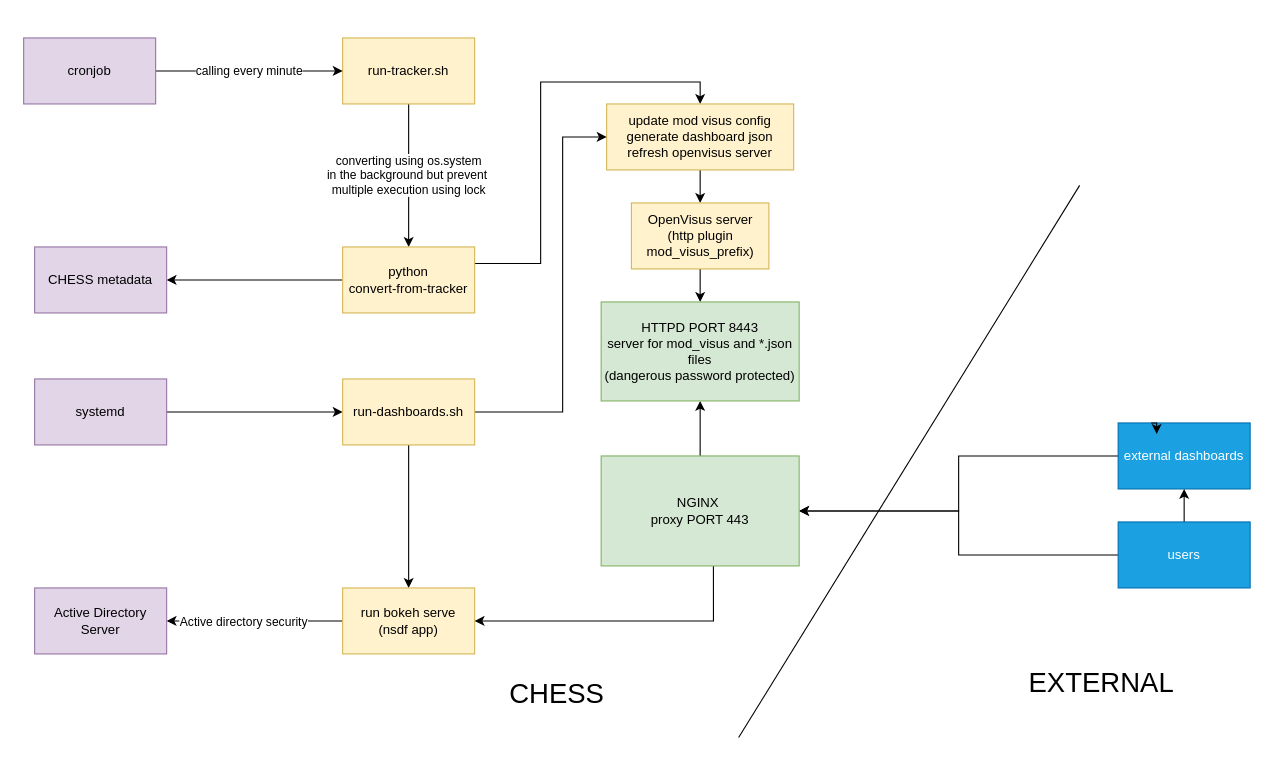
sci-visus/openvisuspy keeps this draw.io diagram as examples/chess/chess-diagram.drawio. Above is the earlier version. Source tidied: cells renumbered, new cells numbered last; positions are measured from the earlier drawing's top-left corner, leaving out a move shared by most shapes. Both pictures are drawn from the tidied source at 110%, with x=0, y=0 at pixel (23, 37). Pictures stored in the file or linked from it are replaced by grey dashed boxes.
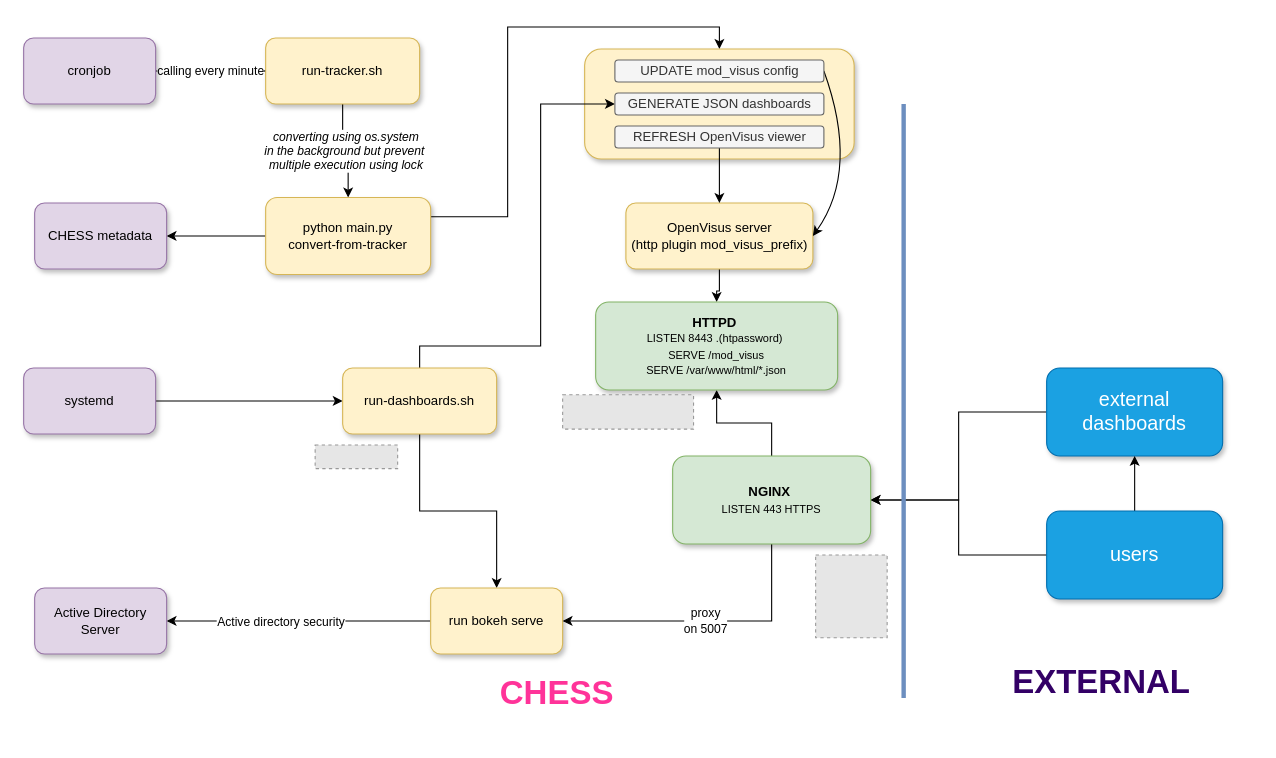
The same diagram, later.

Commit message (it also covers changes not shown here):
fixing nginx reverse proxy

What changed in the source:
```diff
@@
-    <mxCell id="2" value="converting using&amp;nbsp;os.system&lt;br&gt;in the background but prevent&amp;nbsp;&lt;br&gt;multiple execution using lock" style="edgeStyle=orthogonalEdgeStyle;rounded=0;jettySize=auto;html=1;entryX=0.5;entryY=0;entryDx=0;entryDy=0;" parent="1" edge="1" source="3" target="8">
+    <mxCell id="2" value="converting using&amp;nbsp;os.system&lt;br&gt;in the background but prevent&amp;nbsp;&lt;br&gt;multiple execution using lock" style="edgeStyle=orthogonalEdgeStyle;rounded=0;jettySize=auto;html=1;entryX=0.5;entryY=0;entryDx=0;entryDy=0;fontStyle=2;" parent="1" edge="1" source="3" target="8">
       <mxGeometry relative="1" as="geometry" />
     </mxCell>
-    <mxCell id="3" value="run-tracker.sh" style="rounded=0;whiteSpace=wrap;html=1;fillColor=#fff2cc;strokeColor=#d6b656;" parent="1" vertex="1">
-      <mxGeometry x="290" width="120" height="60" as="geometry" />
+    <mxCell id="3" value="&lt;span style=&quot;font-size: 12px;&quot;&gt;&lt;font style=&quot;font-size: 12px;&quot;&gt;run-tracker.sh&lt;/font&gt;&lt;/span&gt;" style="rounded=1;whiteSpace=wrap;html=1;fillColor=#fff2cc;strokeColor=#d6b656;shadow=1;fontStyle=0;fontSize=12;" parent="1" vertex="1">
+      <mxGeometry x="220" width="140" height="60" as="geometry" />
     </mxCell>
@@
-    <mxCell id="5" value="cronjob" style="rounded=0;whiteSpace=wrap;html=1;fillColor=#e1d5e7;strokeColor=#9673a6;" parent="1" vertex="1">
+    <mxCell id="5" value="cronjob" style="rounded=1;whiteSpace=wrap;html=1;fillColor=#e1d5e7;strokeColor=#9673a6;shadow=1;" parent="1" vertex="1">
       <mxGeometry width="120" height="60" as="geometry" />
     </mxCell>
@@
-    <mxCell id="8" value="python &lt;br&gt;convert-from-tracker" style="rounded=0;whiteSpace=wrap;html=1;fillColor=#fff2cc;strokeColor=#d6b656;" parent="1" vertex="1">
-      <mxGeometry x="290" y="190" width="120" height="60" as="geometry" />
+    <mxCell id="8" value="&lt;span style=&quot;font-size: 12px;&quot;&gt;python main.py&lt;br style=&quot;font-size: 12px;&quot;&gt;convert-from-tracker&lt;/span&gt;" style="rounded=1;whiteSpace=wrap;html=1;fillColor=#fff2cc;strokeColor=#d6b656;shadow=1;fontStyle=0;fontSize=12;" parent="1" vertex="1">
+      <mxGeometry x="220" y="145" width="150" height="70" as="geometry" />
     </mxCell>
-    <mxCell id="9" style="edgeStyle=orthogonalEdgeStyle;rounded=0;jettySize=auto;html=1;" parent="1" edge="1" source="10" target="22">
-      <mxGeometry relative="1" as="geometry" />
-    </mxCell>
-    <mxCell id="10" value="update mod visus config&lt;br&gt;generate dashboard json&lt;br&gt;refresh openvisus server" style="rounded=0;whiteSpace=wrap;html=1;fillColor=#fff2cc;strokeColor=#d6b656;" parent="1" vertex="1">
-      <mxGeometry x="530" y="60" width="170" height="60" as="geometry" />
+    <mxCell id="10" style="rounded=1;whiteSpace=wrap;html=1;fillColor=#fff2cc;strokeColor=#d6b656;shadow=1;" parent="1" vertex="1">
+      <mxGeometry x="510" y="10" width="245" height="100" as="geometry" />
     </mxCell>
@@
-    <mxCell id="12" value="systemd" style="rounded=0;whiteSpace=wrap;html=1;fillColor=#e1d5e7;strokeColor=#9673a6;" parent="1" vertex="1">
-      <mxGeometry x="10" y="310" width="120" height="60" as="geometry" />
+    <mxCell id="12" value="systemd" style="rounded=1;whiteSpace=wrap;html=1;fillColor=#e1d5e7;strokeColor=#9673a6;shadow=1;" parent="1" vertex="1">
+      <mxGeometry y="300" width="120" height="60" as="geometry" />
     </mxCell>
@@
-    <mxCell id="14" style="edgeStyle=orthogonalEdgeStyle;rounded=0;jettySize=auto;html=1;entryX=0;entryY=0.5;entryDx=0;entryDy=0;" parent="1" edge="1" source="15" target="10">
+    <mxCell id="14" style="edgeStyle=orthogonalEdgeStyle;rounded=0;jettySize=auto;html=1;entryX=0;entryY=0.5;entryDx=0;entryDy=0;exitX=0.5;exitY=0;exitDx=0;exitDy=0;" parent="1" edge="1" source="15" target="40">
       <mxGeometry relative="1" as="geometry">
         <Array as="points">
-          <mxPoint x="490" y="340" />
-          <mxPoint x="490" y="90" />
+          <mxPoint x="360" y="280" />
+          <mxPoint x="470" y="280" />
+          <mxPoint x="470" y="60" />
         </Array>
       </mxGeometry>
     </mxCell>
-    <mxCell id="15" value="run-dashboards.sh" style="rounded=0;whiteSpace=wrap;html=1;fillColor=#fff2cc;strokeColor=#d6b656;" parent="1" vertex="1">
-      <mxGeometry x="290" y="310" width="120" height="60" as="geometry" />
+    <mxCell id="15" value="&lt;font style=&quot;font-size: 12px;&quot;&gt;run-dashboards.sh&lt;/font&gt;" style="rounded=1;whiteSpace=wrap;html=1;fillColor=#fff2cc;strokeColor=#d6b656;shadow=1;fontStyle=0;fontSize=12;" parent="1" vertex="1">
+      <mxGeometry x="290" y="300" width="140" height="60" as="geometry" />
     </mxCell>
@@
-    <mxCell id="18" value="run bokeh serve&lt;br&gt;(nsdf app)" style="rounded=0;whiteSpace=wrap;html=1;fillColor=#fff2cc;strokeColor=#d6b656;" parent="1" vertex="1">
-      <mxGeometry x="290" y="500" width="120" height="60" as="geometry" />
+    <mxCell id="18" value="run bokeh serve" style="rounded=1;whiteSpace=wrap;html=1;fillColor=#fff2cc;strokeColor=#d6b656;shadow=1;" parent="1" vertex="1">
+      <mxGeometry x="370" y="500" width="120" height="60" as="geometry" />
     </mxCell>
@@
-    <mxCell id="20" value="external dashboards" style="rounded=0;whiteSpace=wrap;html=1;fillColor=#1ba1e2;fontColor=#ffffff;strokeColor=#006EAF;" parent="1" vertex="1">
-      <mxGeometry x="995" y="350" width="120" height="60" as="geometry" />
+    <mxCell id="20" value="external dashboards" style="rounded=1;whiteSpace=wrap;html=1;fillColor=#1ba1e2;fontColor=#ffffff;strokeColor=#006EAF;shadow=1;fontSize=18;" parent="1" vertex="1">
+      <mxGeometry x="930" y="300" width="160" height="80" as="geometry" />
     </mxCell>
@@
-    <mxCell id="22" value="OpenVisus server&lt;br&gt;(http plugin mod_visus_prefix)" style="rounded=0;whiteSpace=wrap;html=1;fillColor=#fff2cc;strokeColor=#d6b656;" parent="1" vertex="1">
-      <mxGeometry x="552.5" y="150" width="125" height="60" as="geometry" />
+    <mxCell id="22" value="OpenVisus server&lt;br&gt;(http plugin mod_visus_prefix)" style="rounded=1;whiteSpace=wrap;html=1;fillColor=#fff2cc;strokeColor=#d6b656;shadow=1;" parent="1" vertex="1">
+      <mxGeometry x="547.5" y="150" width="170" height="60" as="geometry" />
     </mxCell>
@@
-    <mxCell id="25" value="users" style="rounded=0;whiteSpace=wrap;html=1;fillColor=#1ba1e2;fontColor=#ffffff;strokeColor=#006EAF;" parent="1" vertex="1">
-      <mxGeometry x="995" y="440" width="120" height="60" as="geometry" />
+    <mxCell id="25" value="users" style="rounded=1;whiteSpace=wrap;html=1;fillColor=#1ba1e2;fontColor=#ffffff;strokeColor=#006EAF;shadow=1;fontSize=18;" parent="1" vertex="1">
+      <mxGeometry x="930" y="430" width="160" height="80" as="geometry" />
     </mxCell>
-    <mxCell id="26" style="endArrow=none;html=1;rounded=0;" parent="1" edge="1">
+    <mxCell id="26" style="endArrow=none;html=1;rounded=0;strokeWidth=4;fillColor=#dae8fc;strokeColor=#6c8ebf;" parent="1" edge="1">
       <mxGeometry relative="1" as="geometry">
-        <mxPoint x="650" y="636" as="sourcePoint" />
-        <mxPoint x="960" y="134" as="targetPoint" />
+        <mxPoint x="800" y="600" as="sourcePoint" />
+        <mxPoint x="800" y="60" as="targetPoint" />
       </mxGeometry>
     </mxCell>
-    <mxCell id="27" value="CHESS" style="text;html=1;strokeColor=none;fillColor=none;align=center;verticalAlign=middle;whiteSpace=wrap;rounded=0;fontSize=25;" parent="1" vertex="1">
+    <mxCell id="27" value="CHESS" style="text;html=1;strokeColor=none;fillColor=none;align=center;verticalAlign=middle;whiteSpace=wrap;rounded=0;fontSize=30;fontColor=#FF3399;fontStyle=1;shadow=1;" parent="1" vertex="1">
       <mxGeometry x="350" y="560" width="270" height="70" as="geometry" />
     </mxCell>
@@
-    <mxCell id="29" style="edgeStyle=orthogonalEdgeStyle;rounded=0;jettySize=auto;html=1;entryX=1;entryY=0.5;entryDx=0;entryDy=0;exitX=0.567;exitY=1;exitDx=0;exitDy=0;exitPerimeter=0;" parent="1" edge="1" source="30" target="18">
+    <mxCell id="29" value="proxy&lt;br&gt;on 5007" style="edgeStyle=orthogonalEdgeStyle;rounded=0;jettySize=auto;html=1;entryX=1;entryY=0.5;entryDx=0;entryDy=0;exitX=0.5;exitY=1;exitDx=0;exitDy=0;" parent="1" edge="1" source="30" target="18">
       <mxGeometry relative="1" as="geometry" />
     </mxCell>
-    <mxCell id="30" value="NGINX&amp;nbsp;&lt;br&gt;proxy PORT 443" style="rounded=0;whiteSpace=wrap;html=1;fillColor=#d5e8d4;strokeColor=#82b366;" parent="1" vertex="1">
-      <mxGeometry x="525" y="380" width="180" height="100" as="geometry" />
+    <mxCell id="30" value="&lt;b&gt;NGINX&amp;nbsp;&lt;/b&gt;&lt;br&gt;&lt;font style=&quot;font-size: 10px;&quot;&gt;LISTEN 443 HTTPS&lt;/font&gt;" style="rounded=1;whiteSpace=wrap;html=1;fillColor=#d5e8d4;strokeColor=#82b366;shadow=1;" parent="1" vertex="1">
+      <mxGeometry x="590" y="380" width="180" height="80" as="geometry" />
     </mxCell>
-    <mxCell id="31" value="HTTPD PORT 8443&lt;br&gt;server for mod_visus and *.json files&lt;br&gt;(dangerous password protected)" style="rounded=0;whiteSpace=wrap;html=1;fillColor=#d5e8d4;strokeColor=#82b366;" parent="1" vertex="1">
-      <mxGeometry x="525" y="240" width="180" height="90" as="geometry" />
+    <mxCell id="31" value="&lt;b&gt;HTTPD&amp;nbsp;&lt;/b&gt;&lt;br&gt;&lt;font style=&quot;font-size: 10px;&quot;&gt;LISTEN 8443 .(htpassword)&amp;nbsp;&lt;br&gt;SERVE /mod_visus&lt;br&gt;SERVE /var/www/html/*.json&lt;/font&gt;" style="rounded=1;whiteSpace=wrap;html=1;fillColor=#d5e8d4;strokeColor=#82b366;shadow=1;" parent="1" vertex="1">
+      <mxGeometry x="520" y="240" width="220" height="80" as="geometry" />
     </mxCell>
-    <mxCell id="32" value="CHESS metadata" style="rounded=0;whiteSpace=wrap;html=1;fillColor=#e1d5e7;strokeColor=#9673a6;" parent="1" vertex="1">
-      <mxGeometry x="10" y="190" width="120" height="60" as="geometry" />
+    <mxCell id="32" value="CHESS metadata" style="rounded=1;whiteSpace=wrap;html=1;fillColor=#e1d5e7;strokeColor=#9673a6;shadow=1;" parent="1" vertex="1">
+      <mxGeometry x="10" y="150" width="120" height="60" as="geometry" />
     </mxCell>
-    <mxCell id="33" value="Active Directory&lt;br&gt;Server" style="rounded=0;whiteSpace=wrap;html=1;fillColor=#e1d5e7;strokeColor=#9673a6;" parent="1" vertex="1">
+    <mxCell id="33" value="Active Directory&lt;br&gt;Server" style="rounded=1;whiteSpace=wrap;html=1;fillColor=#e1d5e7;strokeColor=#9673a6;shadow=1;" parent="1" vertex="1">
       <mxGeometry x="10" y="500" width="120" height="60" as="geometry" />
     </mxCell>
-    <mxCell id="34" style="edgeStyle=orthogonalEdgeStyle;rounded=0;orthogonalLoop=1;jettySize=auto;html=1;exitX=0.25;exitY=0;exitDx=0;exitDy=0;entryX=0.292;entryY=0.167;entryDx=0;entryDy=0;entryPerimeter=0;" parent="1" edge="1" source="20" target="20">
-      <mxGeometry relative="1" as="geometry" />
-    </mxCell>
-    <mxCell id="35" value="EXTERNAL" style="text;html=1;strokeColor=none;fillColor=none;align=center;verticalAlign=middle;whiteSpace=wrap;rounded=0;fontSize=25;" parent="1" vertex="1">
+    <mxCell id="35" value="EXTERNAL" style="text;html=1;strokeColor=none;fillColor=none;align=center;verticalAlign=middle;whiteSpace=wrap;rounded=0;fontSize=30;fontColor=#330066;fontStyle=1;shadow=1;" parent="1" vertex="1">
       <mxGeometry x="845" y="550" width="270" height="70" as="geometry" />
     </mxCell>
+    <mxCell id="36" style="fillColor=#E6E6E6;strokeColor=#999999;dashed=1;verticalLabelPosition=bottom;labelBackgroundColor=default;verticalAlign=top;" parent="1" vertex="1">
+      <mxGeometry x="720" y="470" width="65" height="75.3" as="geometry" />
+    </mxCell>
+    <mxCell id="37" style="fillColor=#E6E6E6;strokeColor=#999999;dashed=1;verticalLabelPosition=bottom;labelBackgroundColor=default;verticalAlign=top;" parent="1" vertex="1">
+      <mxGeometry x="265" y="370" width="75" height="21.5" as="geometry" />
+    </mxCell>
+    <mxCell id="38" style="edgeStyle=none;html=1;entryX=1;entryY=0.5;entryDx=0;entryDy=0;strokeWidth=1;fontSize=12;fontColor=#330066;exitX=1;exitY=0.5;exitDx=0;exitDy=0;curved=1;" parent="1" edge="1" source="39" target="22">
+      <mxGeometry relative="1" as="geometry">
+        <Array as="points">
+          <mxPoint x="760" y="120" />
+        </Array>
+      </mxGeometry>
+    </mxCell>
+    <mxCell id="39" value="UPDATE mod_visus config" style="rounded=1;whiteSpace=wrap;html=1;shadow=0;fontSize=12;fontColor=#333333;fillColor=#f5f5f5;strokeColor=#666666;" parent="1" vertex="1">
+      <mxGeometry x="537.5" y="20" width="190" height="20" as="geometry" />
+    </mxCell>
+    <mxCell id="40" value="GENERATE JSON dashboards" style="rounded=1;whiteSpace=wrap;html=1;shadow=0;fontSize=12;fontColor=#333333;fillColor=#f5f5f5;strokeColor=#666666;" parent="1" vertex="1">
+      <mxGeometry x="537.5" y="50" width="190" height="20" as="geometry" />
+    </mxCell>
+    <mxCell id="41" style="edgeStyle=none;html=1;entryX=0.5;entryY=0;entryDx=0;entryDy=0;strokeWidth=1;fontSize=12;fontColor=#330066;" parent="1" edge="1" source="42" target="22">
+      <mxGeometry relative="1" as="geometry" />
+    </mxCell>
+    <mxCell id="42" value="REFRESH OpenVisus viewer" style="rounded=1;whiteSpace=wrap;html=1;shadow=0;fontSize=12;fontColor=#333333;fillColor=#f5f5f5;strokeColor=#666666;" parent="1" vertex="1">
+      <mxGeometry x="537.5" y="80" width="190" height="20" as="geometry" />
+    </mxCell>
+    <mxCell id="43" style="fillColor=#E6E6E6;strokeColor=#999999;dashed=1;verticalLabelPosition=bottom;labelBackgroundColor=default;verticalAlign=top;" parent="1" vertex="1">
+      <mxGeometry x="490" y="324.4" width="119" height="31.2" as="geometry" />
+    </mxCell>
```
